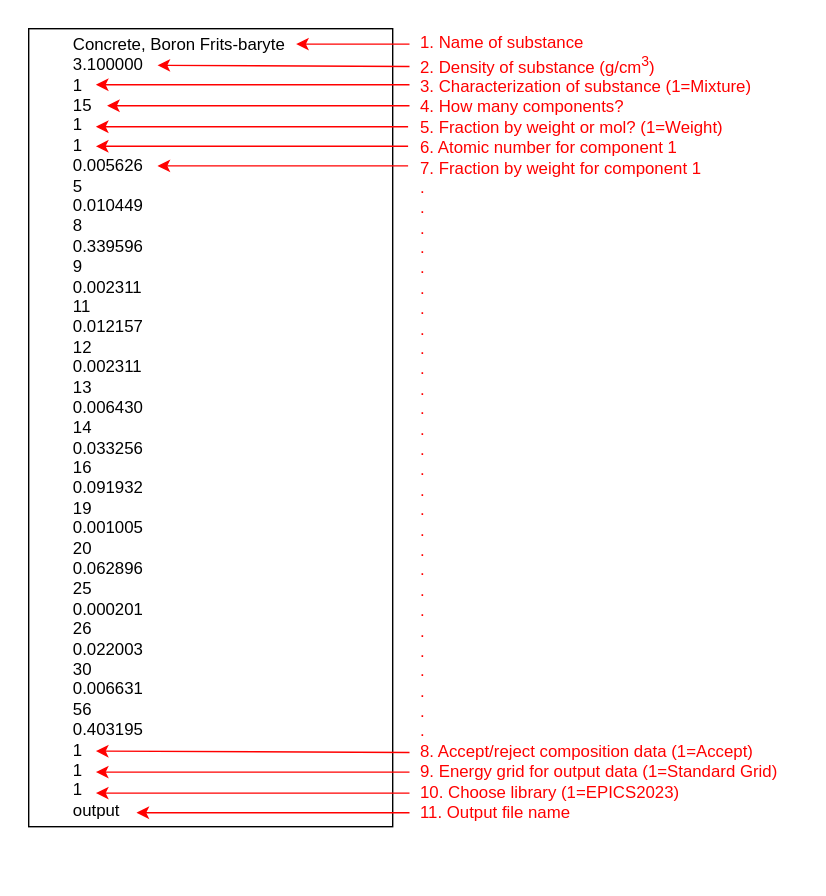
Above: _images/input.drawio1.svg in saad589/matxcom (draw.io), before the change. Source tidied: cells renumbered, new cells last; positions are measured from the earlier drawing's top-left corner, leaving out a move shared by most shapes.
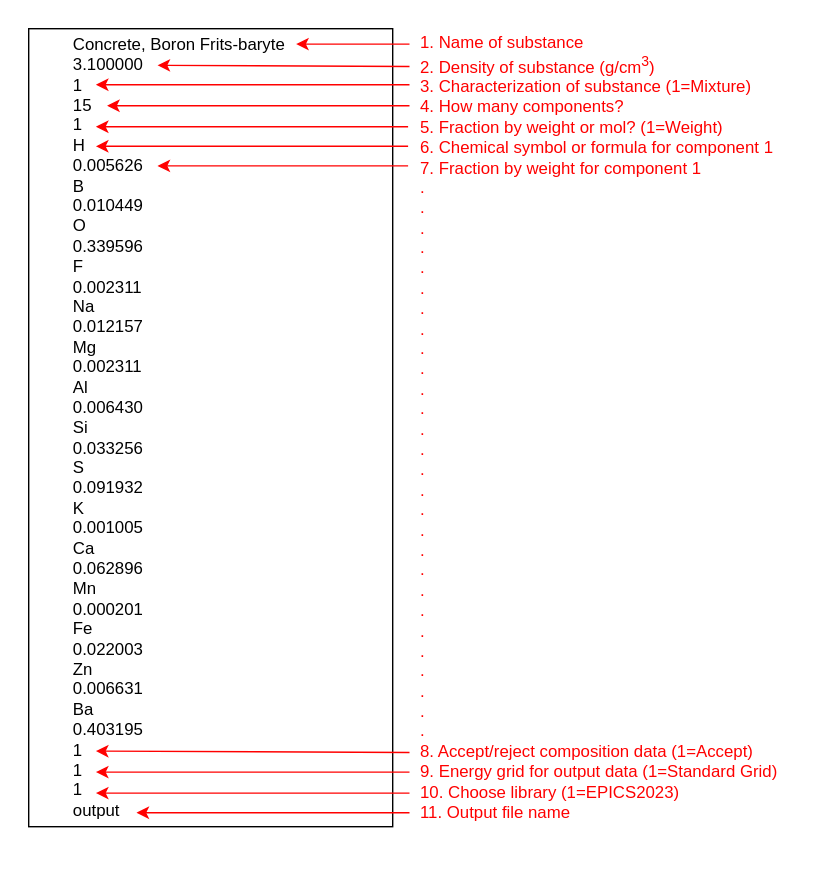
Above is the later version.

The edit, as a diff of the source:
```diff
@@ -5,13 +5,13 @@
     <mxCell id="2" style="rounded=0;whiteSpace=wrap;html=1;strokeColor=none;" parent="1" vertex="1">
       <mxGeometry width="590" height="640" as="geometry" />
     </mxCell>
-    <mxCell id="3" value="&lt;font color=&quot;#ff0000&quot;&gt;1. Name of substance&lt;/font&gt;&lt;div&gt;&lt;span style=&quot;text-align: center;&quot;&gt;&lt;font color=&quot;#ff0000&quot;&gt;2. Density of substance (g/cm&lt;sup&gt;3&lt;/sup&gt;)&lt;/font&gt;&lt;/span&gt;&lt;/div&gt;&lt;div&gt;&lt;font color=&quot;#ff0000&quot;&gt;&lt;span style=&quot;text-align: center;&quot;&gt;3. C&lt;/span&gt;&lt;span style=&quot;background-color: initial;&quot;&gt;haracterization of substance (1=Mixture)&lt;/span&gt;&lt;/font&gt;&lt;/div&gt;&lt;div&gt;&lt;font color=&quot;#ff0000&quot;&gt;&lt;span style=&quot;text-align: center;&quot;&gt;4.&amp;nbsp;&lt;/span&gt;&lt;span style=&quot;background-color: initial;&quot;&gt;How many components?&amp;nbsp;&lt;/span&gt;&lt;/font&gt;&lt;/div&gt;&lt;div&gt;&lt;font color=&quot;#ff0000&quot;&gt;&lt;span style=&quot;background-color: initial;&quot;&gt;5. Fraction by weight or mol? (1=Weight)&lt;/span&gt;&lt;/font&gt;&lt;/div&gt;&lt;div&gt;&lt;font color=&quot;#ff0000&quot;&gt;&lt;span style=&quot;text-align: center;&quot;&gt;6. A&lt;/span&gt;&lt;span style=&quot;background-color: initial;&quot;&gt;tomic number for component 1&lt;/span&gt;&lt;/font&gt;&lt;/div&gt;&lt;div&gt;&lt;font color=&quot;#ff0000&quot;&gt;&lt;span style=&quot;text-align: center;&quot;&gt;7. F&lt;/span&gt;&lt;span style=&quot;background-color: initial;&quot;&gt;raction by weight for component 1&amp;nbsp;&lt;/span&gt;&lt;/font&gt;&lt;/div&gt;&lt;div&gt;&lt;span style=&quot;background-color: initial;&quot;&gt;&lt;font color=&quot;#ff0000&quot;&gt;.&lt;/font&gt;&lt;/span&gt;&lt;/div&gt;&lt;div&gt;&lt;span style=&quot;background-color: initial;&quot;&gt;&lt;font color=&quot;#ff0000&quot;&gt;.&lt;/font&gt;&lt;/span&gt;&lt;/div&gt;&lt;div&gt;&lt;span style=&quot;background-color: initial;&quot;&gt;&lt;font color=&quot;#ff0000&quot;&gt;.&lt;/font&gt;&lt;/span&gt;&lt;/div&gt;&lt;div&gt;&lt;span style=&quot;background-color: initial;&quot;&gt;&lt;font color=&quot;#ff0000&quot;&gt;.&lt;/font&gt;&lt;/span&gt;&lt;/div&gt;&lt;div&gt;&lt;span style=&quot;background-color: initial;&quot;&gt;&lt;font color=&quot;#ff0000&quot;&gt;.&lt;/font&gt;&lt;/span&gt;&lt;/div&gt;&lt;div&gt;&lt;span style=&quot;background-color: initial;&quot;&gt;&lt;font color=&quot;#ff0000&quot;&gt;.&lt;/font&gt;&lt;/span&gt;&lt;/div&gt;&lt;div&gt;&lt;span style=&quot;background-color: initial;&quot;&gt;&lt;font color=&quot;#ff0000&quot;&gt;.&lt;/font&gt;&lt;/span&gt;&lt;/div&gt;&lt;div&gt;&lt;span style=&quot;background-color: initial;&quot;&gt;&lt;font color=&quot;#ff0000&quot;&gt;.&lt;/font&gt;&lt;/span&gt;&lt;/div&gt;&lt;div&gt;&lt;span style=&quot;background-color: initial;&quot;&gt;&lt;font color=&quot;#ff0000&quot;&gt;.&lt;/font&gt;&lt;/span&gt;&lt;/div&gt;&lt;div&gt;&lt;font color=&quot;#ff0000&quot;&gt;.&lt;/font&gt;&lt;/div&gt;&lt;div&gt;&lt;span style=&quot;background-color: initial;&quot;&gt;&lt;font color=&quot;#ff0000&quot;&gt;.&lt;/font&gt;&lt;/span&gt;&lt;/div&gt;&lt;div&gt;&lt;span style=&quot;background-color: initial;&quot;&gt;&lt;font color=&quot;#ff0000&quot;&gt;.&lt;/font&gt;&lt;/span&gt;&lt;/div&gt;&lt;div&gt;&lt;span style=&quot;background-color: initial;&quot;&gt;&lt;font color=&quot;#ff0000&quot;&gt;.&lt;/font&gt;&lt;/span&gt;&lt;/div&gt;&lt;div&gt;&lt;span style=&quot;background-color: initial;&quot;&gt;&lt;font color=&quot;#ff0000&quot;&gt;.&lt;/font&gt;&lt;/span&gt;&lt;/div&gt;&lt;div&gt;&lt;span style=&quot;background-color: initial;&quot;&gt;&lt;font color=&quot;#ff0000&quot;&gt;.&lt;/font&gt;&lt;/span&gt;&lt;/div&gt;&lt;div&gt;&lt;span style=&quot;background-color: initial;&quot;&gt;&lt;font color=&quot;#ff0000&quot;&gt;.&lt;/font&gt;&lt;/span&gt;&lt;/div&gt;&lt;div&gt;&lt;span style=&quot;background-color: initial;&quot;&gt;&lt;font color=&quot;#ff0000&quot;&gt;.&lt;/font&gt;&lt;/span&gt;&lt;/div&gt;&lt;div&gt;&lt;span style=&quot;background-color: initial;&quot;&gt;&lt;font color=&quot;#ff0000&quot;&gt;.&lt;/font&gt;&lt;/span&gt;&lt;/div&gt;&lt;div&gt;&lt;span style=&quot;background-color: initial;&quot;&gt;&lt;font color=&quot;#ff0000&quot;&gt;.&lt;/font&gt;&lt;/span&gt;&lt;/div&gt;&lt;div&gt;&lt;span style=&quot;background-color: initial;&quot;&gt;&lt;font color=&quot;#ff0000&quot;&gt;.&lt;/font&gt;&lt;/span&gt;&lt;/div&gt;&lt;div&gt;&lt;span style=&quot;background-color: initial;&quot;&gt;&lt;font color=&quot;#ff0000&quot;&gt;.&lt;/font&gt;&lt;/span&gt;&lt;/div&gt;&lt;div&gt;&lt;span style=&quot;background-color: initial;&quot;&gt;&lt;font color=&quot;#ff0000&quot;&gt;.&lt;/font&gt;&lt;/span&gt;&lt;/div&gt;&lt;div&gt;&lt;span style=&quot;background-color: initial;&quot;&gt;&lt;font color=&quot;#ff0000&quot;&gt;.&lt;/font&gt;&lt;/span&gt;&lt;/div&gt;&lt;div&gt;&lt;span style=&quot;background-color: initial;&quot;&gt;&lt;font color=&quot;#ff0000&quot;&gt;.&lt;/font&gt;&lt;/span&gt;&lt;/div&gt;&lt;div&gt;&lt;span style=&quot;background-color: initial;&quot;&gt;&lt;font color=&quot;#ff0000&quot;&gt;.&lt;/font&gt;&lt;/span&gt;&lt;/div&gt;&lt;div&gt;&lt;span style=&quot;background-color: initial;&quot;&gt;&lt;font color=&quot;#ff0000&quot;&gt;.&lt;/font&gt;&lt;/span&gt;&lt;/div&gt;&lt;div&gt;&lt;span style=&quot;background-color: initial;&quot;&gt;&lt;font color=&quot;#ff0000&quot;&gt;.&lt;/font&gt;&lt;/span&gt;&lt;/div&gt;&lt;div&gt;&lt;span style=&quot;background-color: initial;&quot;&gt;&lt;font color=&quot;#ff0000&quot;&gt;.&lt;/font&gt;&lt;/span&gt;&lt;/div&gt;&lt;div&gt;&lt;font color=&quot;#ff0000&quot;&gt;&lt;span style=&quot;text-align: center;&quot;&gt;8. A&lt;/span&gt;&lt;span style=&quot;background-color: initial;&quot;&gt;ccept/reject composition data (1=Accept)&lt;/span&gt;&lt;/font&gt;&lt;/div&gt;&lt;div&gt;&lt;font color=&quot;#ff0000&quot;&gt;&lt;span style=&quot;text-align: center;&quot;&gt;9. E&lt;/span&gt;&lt;span style=&quot;background-color: initial;&quot;&gt;nergy grid for output data (1=Standard Grid)&lt;/span&gt;&lt;/font&gt;&lt;/div&gt;&lt;div&gt;&lt;font color=&quot;#ff0000&quot;&gt;&lt;span style=&quot;background-color: initial;&quot;&gt;10. Choose library (1=EPICS2023)&lt;/span&gt;&lt;/font&gt;&lt;/div&gt;&lt;div&gt;&lt;span style=&quot;text-align: center;&quot;&gt;&lt;font color=&quot;#ff0000&quot;&gt;11. Output file name&amp;nbsp;&lt;/font&gt;&lt;/span&gt;&lt;/div&gt;&lt;div&gt;&lt;span style=&quot;text-align: center;&quot;&gt;&lt;br&gt;&lt;/span&gt;&lt;/div&gt;" style="text;html=1;align=left;verticalAlign=middle;strokeColor=none;fillColor=none;" parent="1" vertex="1">
+    <mxCell id="3" value="&lt;font color=&quot;#ff0000&quot;&gt;1. Name of substance&lt;/font&gt;&lt;div&gt;&lt;span style=&quot;text-align: center;&quot;&gt;&lt;font color=&quot;#ff0000&quot;&gt;2. Density of substance (g/cm&lt;sup&gt;3&lt;/sup&gt;)&lt;/font&gt;&lt;/span&gt;&lt;/div&gt;&lt;div&gt;&lt;font color=&quot;#ff0000&quot;&gt;&lt;span style=&quot;text-align: center;&quot;&gt;3. C&lt;/span&gt;&lt;span style=&quot;background-color: initial;&quot;&gt;haracterization of substance (1=Mixture)&lt;/span&gt;&lt;/font&gt;&lt;/div&gt;&lt;div&gt;&lt;font color=&quot;#ff0000&quot;&gt;&lt;span style=&quot;text-align: center;&quot;&gt;4.&amp;nbsp;&lt;/span&gt;&lt;span style=&quot;background-color: initial;&quot;&gt;How many components?&amp;nbsp;&lt;/span&gt;&lt;/font&gt;&lt;/div&gt;&lt;div&gt;&lt;font color=&quot;#ff0000&quot;&gt;&lt;span style=&quot;background-color: initial;&quot;&gt;5. Fraction by weight or mol? (1=Weight)&lt;/span&gt;&lt;/font&gt;&lt;/div&gt;&lt;div style=&quot;text-align: left;&quot;&gt;&lt;font color=&quot;#ff0000&quot;&gt;&lt;span style=&quot;text-align: center;&quot;&gt;6. C&lt;/span&gt;&lt;/font&gt;&lt;span style=&quot;background-color: transparent;&quot;&gt;&lt;font color=&quot;#ff0000&quot;&gt;hemical symbol or formula&amp;nbsp;&lt;/font&gt;&lt;/span&gt;&lt;span style=&quot;color: rgb(255, 0, 0); background-color: transparent;&quot;&gt;for component 1&lt;/span&gt;&lt;/div&gt;&lt;div&gt;&lt;font color=&quot;#ff0000&quot;&gt;&lt;span style=&quot;text-align: center;&quot;&gt;7. F&lt;/span&gt;&lt;span style=&quot;background-color: initial;&quot;&gt;raction by weight for component 1&amp;nbsp;&lt;/span&gt;&lt;/font&gt;&lt;/div&gt;&lt;div&gt;&lt;span style=&quot;background-color: initial;&quot;&gt;&lt;font color=&quot;#ff0000&quot;&gt;.&lt;/font&gt;&lt;/span&gt;&lt;/div&gt;&lt;div&gt;&lt;span style=&quot;background-color: initial;&quot;&gt;&lt;font color=&quot;#ff0000&quot;&gt;.&lt;/font&gt;&lt;/span&gt;&lt;/div&gt;&lt;div&gt;&lt;span style=&quot;background-color: initial;&quot;&gt;&lt;font color=&quot;#ff0000&quot;&gt;.&lt;/font&gt;&lt;/span&gt;&lt;/div&gt;&lt;div&gt;&lt;span style=&quot;background-color: initial;&quot;&gt;&lt;font color=&quot;#ff0000&quot;&gt;.&lt;/font&gt;&lt;/span&gt;&lt;/div&gt;&lt;div&gt;&lt;span style=&quot;background-color: initial;&quot;&gt;&lt;font color=&quot;#ff0000&quot;&gt;.&lt;/font&gt;&lt;/span&gt;&lt;/div&gt;&lt;div&gt;&lt;span style=&quot;background-color: initial;&quot;&gt;&lt;font color=&quot;#ff0000&quot;&gt;.&lt;/font&gt;&lt;/span&gt;&lt;/div&gt;&lt;div&gt;&lt;span style=&quot;background-color: initial;&quot;&gt;&lt;font color=&quot;#ff0000&quot;&gt;.&lt;/font&gt;&lt;/span&gt;&lt;/div&gt;&lt;div&gt;&lt;span style=&quot;background-color: initial;&quot;&gt;&lt;font color=&quot;#ff0000&quot;&gt;.&lt;/font&gt;&lt;/span&gt;&lt;/div&gt;&lt;div&gt;&lt;span style=&quot;background-color: initial;&quot;&gt;&lt;font color=&quot;#ff0000&quot;&gt;.&lt;/font&gt;&lt;/span&gt;&lt;/div&gt;&lt;div&gt;&lt;font color=&quot;#ff0000&quot;&gt;.&lt;/font&gt;&lt;/div&gt;&lt;div&gt;&lt;span style=&quot;background-color: initial;&quot;&gt;&lt;font color=&quot;#ff0000&quot;&gt;.&lt;/font&gt;&lt;/span&gt;&lt;/div&gt;&lt;div&gt;&lt;span style=&quot;background-color: initial;&quot;&gt;&lt;font color=&quot;#ff0000&quot;&gt;.&lt;/font&gt;&lt;/span&gt;&lt;/div&gt;&lt;div&gt;&lt;span style=&quot;background-color: initial;&quot;&gt;&lt;font color=&quot;#ff0000&quot;&gt;.&lt;/font&gt;&lt;/span&gt;&lt;/div&gt;&lt;div&gt;&lt;span style=&quot;background-color: initial;&quot;&gt;&lt;font color=&quot;#ff0000&quot;&gt;.&lt;/font&gt;&lt;/span&gt;&lt;/div&gt;&lt;div&gt;&lt;span style=&quot;background-color: initial;&quot;&gt;&lt;font color=&quot;#ff0000&quot;&gt;.&lt;/font&gt;&lt;/span&gt;&lt;/div&gt;&lt;div&gt;&lt;span style=&quot;background-color: initial;&quot;&gt;&lt;font color=&quot;#ff0000&quot;&gt;.&lt;/font&gt;&lt;/span&gt;&lt;/div&gt;&lt;div&gt;&lt;span style=&quot;background-color: initial;&quot;&gt;&lt;font color=&quot;#ff0000&quot;&gt;.&lt;/font&gt;&lt;/span&gt;&lt;/div&gt;&lt;div&gt;&lt;span style=&quot;background-color: initial;&quot;&gt;&lt;font color=&quot;#ff0000&quot;&gt;.&lt;/font&gt;&lt;/span&gt;&lt;/div&gt;&lt;div&gt;&lt;span style=&quot;background-color: initial;&quot;&gt;&lt;font color=&quot;#ff0000&quot;&gt;.&lt;/font&gt;&lt;/span&gt;&lt;/div&gt;&lt;div&gt;&lt;span style=&quot;background-color: initial;&quot;&gt;&lt;font color=&quot;#ff0000&quot;&gt;.&lt;/font&gt;&lt;/span&gt;&lt;/div&gt;&lt;div&gt;&lt;span style=&quot;background-color: initial;&quot;&gt;&lt;font color=&quot;#ff0000&quot;&gt;.&lt;/font&gt;&lt;/span&gt;&lt;/div&gt;&lt;div&gt;&lt;span style=&quot;background-color: initial;&quot;&gt;&lt;font color=&quot;#ff0000&quot;&gt;.&lt;/font&gt;&lt;/span&gt;&lt;/div&gt;&lt;div&gt;&lt;span style=&quot;background-color: initial;&quot;&gt;&lt;font color=&quot;#ff0000&quot;&gt;.&lt;/font&gt;&lt;/span&gt;&lt;/div&gt;&lt;div&gt;&lt;span style=&quot;background-color: initial;&quot;&gt;&lt;font color=&quot;#ff0000&quot;&gt;.&lt;/font&gt;&lt;/span&gt;&lt;/div&gt;&lt;div&gt;&lt;span style=&quot;background-color: initial;&quot;&gt;&lt;font color=&quot;#ff0000&quot;&gt;.&lt;/font&gt;&lt;/span&gt;&lt;/div&gt;&lt;div&gt;&lt;span style=&quot;background-color: initial;&quot;&gt;&lt;font color=&quot;#ff0000&quot;&gt;.&lt;/font&gt;&lt;/span&gt;&lt;/div&gt;&lt;div&gt;&lt;span style=&quot;background-color: initial;&quot;&gt;&lt;font color=&quot;#ff0000&quot;&gt;.&lt;/font&gt;&lt;/span&gt;&lt;/div&gt;&lt;div&gt;&lt;span style=&quot;background-color: initial;&quot;&gt;&lt;font color=&quot;#ff0000&quot;&gt;.&lt;/font&gt;&lt;/span&gt;&lt;/div&gt;&lt;div&gt;&lt;font color=&quot;#ff0000&quot;&gt;&lt;span style=&quot;text-align: center;&quot;&gt;8. A&lt;/span&gt;&lt;span style=&quot;background-color: initial;&quot;&gt;ccept/reject composition data (1=Accept)&lt;/span&gt;&lt;/font&gt;&lt;/div&gt;&lt;div&gt;&lt;font color=&quot;#ff0000&quot;&gt;&lt;span style=&quot;text-align: center;&quot;&gt;9. E&lt;/span&gt;&lt;span style=&quot;background-color: initial;&quot;&gt;nergy grid for output data (1=Standard Grid)&lt;/span&gt;&lt;/font&gt;&lt;/div&gt;&lt;div&gt;&lt;font color=&quot;#ff0000&quot;&gt;&lt;span style=&quot;background-color: initial;&quot;&gt;10. Choose library (1=EPICS2023)&lt;/span&gt;&lt;/font&gt;&lt;/div&gt;&lt;div&gt;&lt;span style=&quot;text-align: center;&quot;&gt;&lt;font color=&quot;#ff0000&quot;&gt;11. Output file name&amp;nbsp;&lt;/font&gt;&lt;/span&gt;&lt;/div&gt;&lt;div&gt;&lt;span style=&quot;text-align: center;&quot;&gt;&lt;br&gt;&lt;/span&gt;&lt;/div&gt;" style="text;html=1;align=left;verticalAlign=middle;strokeColor=none;fillColor=none;" parent="1" vertex="1">
       <mxGeometry x="298" y="17" width="280" height="590" as="geometry" />
     </mxCell>
     <mxCell id="4" style="rounded=0;whiteSpace=wrap;html=1;" parent="1" vertex="1">
       <mxGeometry x="20" y="20" width="260" height="570" as="geometry" />
     </mxCell>
-    <mxCell id="5" value="&lt;div&gt;Concrete, Boron Frits-baryte&lt;/div&gt;&lt;div&gt;3.100000&lt;/div&gt;&lt;div&gt;1&lt;/div&gt;&lt;div&gt;15&lt;/div&gt;&lt;div&gt;1&lt;/div&gt;&lt;div&gt;1&lt;/div&gt;&lt;div&gt;0.005626&lt;/div&gt;&lt;div&gt;5&lt;/div&gt;&lt;div&gt;0.010449&lt;/div&gt;&lt;div&gt;8&lt;/div&gt;&lt;div&gt;0.339596&lt;/div&gt;&lt;div&gt;9&lt;/div&gt;&lt;div&gt;0.002311&lt;/div&gt;&lt;div&gt;11&lt;/div&gt;&lt;div&gt;0.012157&lt;/div&gt;&lt;div&gt;12&lt;/div&gt;&lt;div&gt;0.002311&lt;/div&gt;&lt;div&gt;13&lt;/div&gt;&lt;div&gt;0.006430&lt;/div&gt;&lt;div&gt;14&lt;/div&gt;&lt;div&gt;0.033256&lt;/div&gt;&lt;div&gt;16&lt;/div&gt;&lt;div&gt;0.091932&lt;/div&gt;&lt;div&gt;19&lt;/div&gt;&lt;div&gt;0.001005&lt;/div&gt;&lt;div&gt;20&lt;/div&gt;&lt;div&gt;0.062896&lt;/div&gt;&lt;div&gt;25&lt;/div&gt;&lt;div&gt;0.000201&lt;/div&gt;&lt;div&gt;26&lt;/div&gt;&lt;div&gt;0.022003&lt;/div&gt;&lt;div&gt;30&lt;/div&gt;&lt;div&gt;0.006631&lt;/div&gt;&lt;div&gt;56&lt;/div&gt;&lt;div&gt;0.403195&lt;/div&gt;&lt;div&gt;1&lt;/div&gt;&lt;div&gt;1&lt;/div&gt;&lt;div&gt;1&lt;/div&gt;&lt;div&gt;output&lt;/div&gt;" style="text;html=1;align=left;verticalAlign=middle;whiteSpace=wrap;rounded=0;" parent="1" vertex="1">
+    <mxCell id="5" value="&lt;div&gt;Concrete, Boron Frits-baryte&lt;/div&gt;&lt;div&gt;3.100000&lt;/div&gt;&lt;div&gt;1&lt;/div&gt;&lt;div&gt;15&lt;/div&gt;&lt;div&gt;1&lt;/div&gt;&lt;div&gt;H&lt;/div&gt;&lt;div&gt;0.005626&lt;/div&gt;&lt;div&gt;B&lt;/div&gt;&lt;div&gt;0.010449&lt;/div&gt;&lt;div&gt;O&lt;/div&gt;&lt;div&gt;0.339596&lt;/div&gt;&lt;div&gt;F&lt;/div&gt;&lt;div&gt;0.002311&lt;/div&gt;&lt;div&gt;Na&lt;/div&gt;&lt;div&gt;0.012157&lt;/div&gt;&lt;div&gt;Mg&lt;/div&gt;&lt;div&gt;0.002311&lt;/div&gt;&lt;div&gt;Al&lt;/div&gt;&lt;div&gt;0.006430&lt;/div&gt;&lt;div&gt;Si&lt;/div&gt;&lt;div&gt;0.033256&lt;/div&gt;&lt;div&gt;S&lt;/div&gt;&lt;div&gt;0.091932&lt;/div&gt;&lt;div&gt;K&lt;/div&gt;&lt;div&gt;0.001005&lt;/div&gt;&lt;div&gt;Ca&lt;/div&gt;&lt;div&gt;0.062896&lt;/div&gt;&lt;div&gt;Mn&lt;/div&gt;&lt;div&gt;0.000201&lt;/div&gt;&lt;div&gt;Fe&lt;/div&gt;&lt;div&gt;0.022003&lt;/div&gt;&lt;div&gt;Zn&lt;/div&gt;&lt;div&gt;0.006631&lt;/div&gt;&lt;div&gt;Ba&lt;/div&gt;&lt;div&gt;0.403195&lt;/div&gt;&lt;div&gt;1&lt;/div&gt;&lt;div&gt;1&lt;/div&gt;&lt;div&gt;1&lt;/div&gt;&lt;div&gt;output&lt;/div&gt;" style="text;html=1;align=left;verticalAlign=middle;whiteSpace=wrap;rounded=0;" parent="1" vertex="1">
       <mxGeometry x="50" y="40" width="170" height="530" as="geometry" />
     </mxCell>
     <mxCell id="6" style="endArrow=classic;html=1;rounded=0;strokeColor=#ff0000;" parent="1" edge="1">
```
